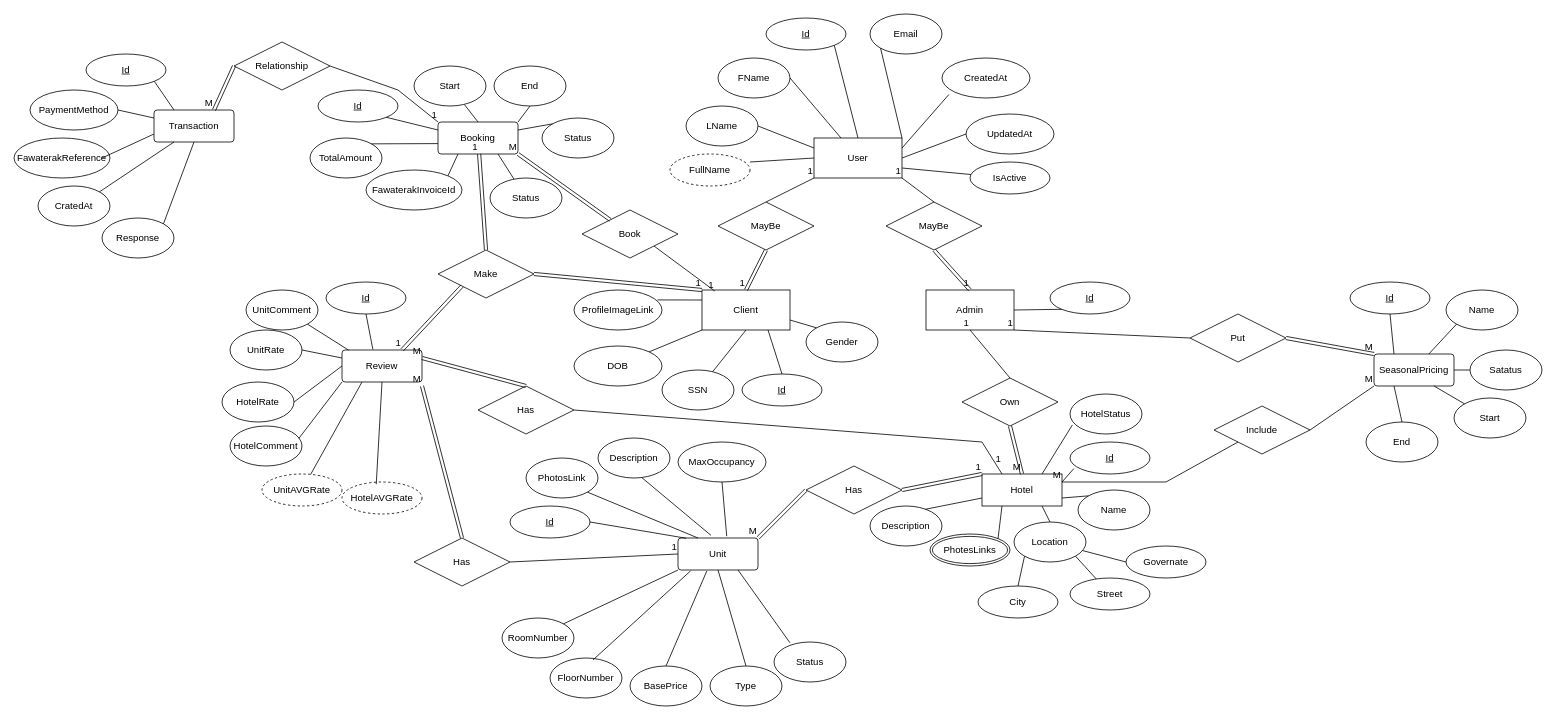
omargomah/HotelPlatform keeps this draw.io diagram as ERD.drawio. Above is the earlier version. Source tidied: cells renumbered, new cells numbered last; positions are measured from the earlier drawing's top-left corner, leaving out a move shared by most shapes. Both pictures are drawn from the tidied source at 80%, with x=0, y=0 at pixel (14, 14).
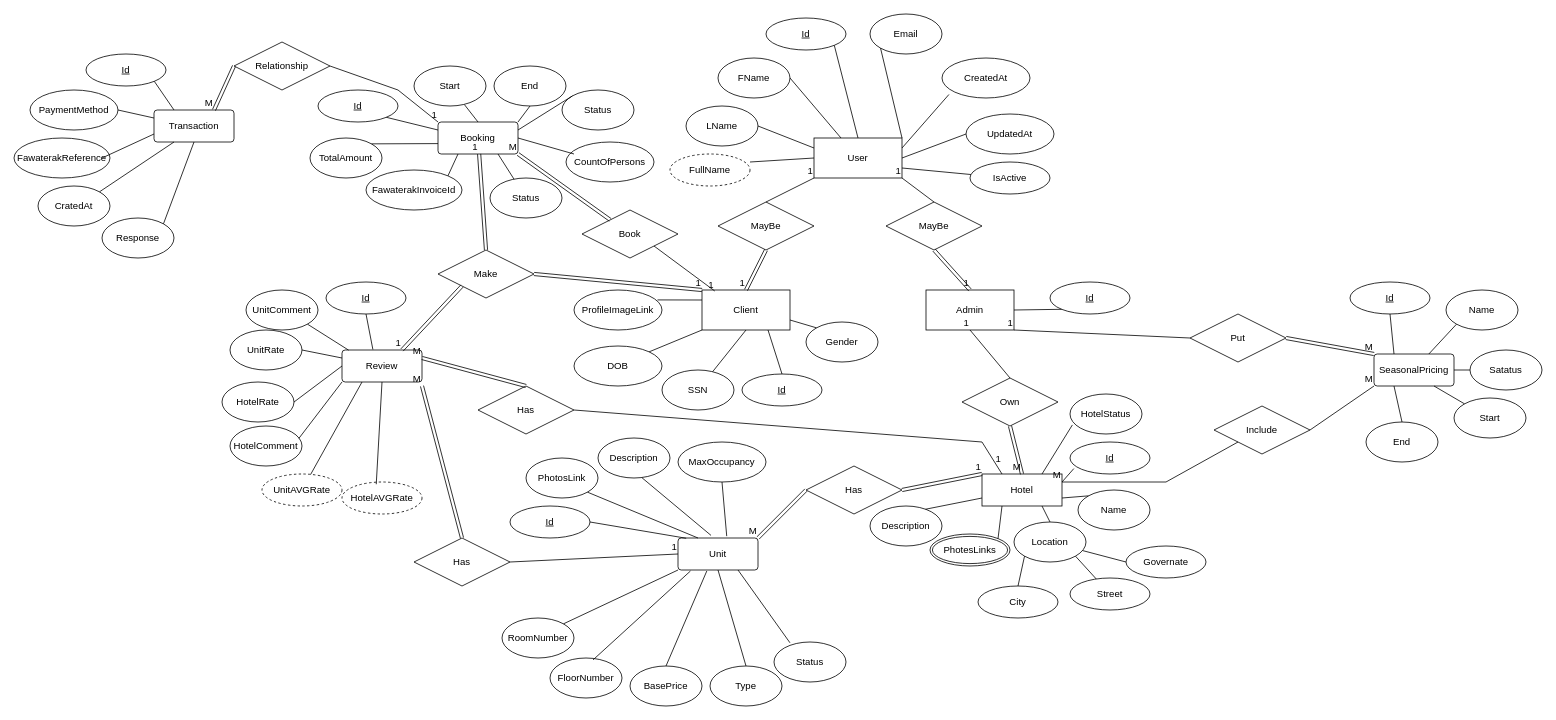
The same page after the edit.

Unchanged cells that the change refers to:
```xml
<mxCell id="118" value="Booking" style="rounded=1;arcSize=10;whiteSpace=wrap;html=1;align=center;" parent="1" vertex="1">
  <mxGeometry x="530" y="135" width="100" height="40" as="geometry" />
</mxCell>
```

The edit, as a diff of the source:
```diff
@@
     <mxCell id="122" value="Status" style="ellipse;whiteSpace=wrap;html=1;" parent="1" vertex="1">
-      <mxGeometry x="660" y="130" width="90" height="50" as="geometry" />
+      <mxGeometry x="685" y="95" width="90" height="50" as="geometry" />
     </mxCell>
@@
+    <mxCell id="181" value="CountOfPersons" style="ellipse;whiteSpace=wrap;html=1;" parent="1" vertex="1">
+      <mxGeometry x="690" y="160" width="110" height="50" as="geometry" />
+    </mxCell>
+    <mxCell id="182" style="endArrow=none;html=1;rounded=0;exitX=1;exitY=0.5;exitDx=0;exitDy=0;" parent="1" edge="1" source="118">
+      <mxGeometry relative="1" as="geometry">
+        <mxPoint x="700" y="175" as="targetPoint" />
+      </mxGeometry>
+    </mxCell>
```
